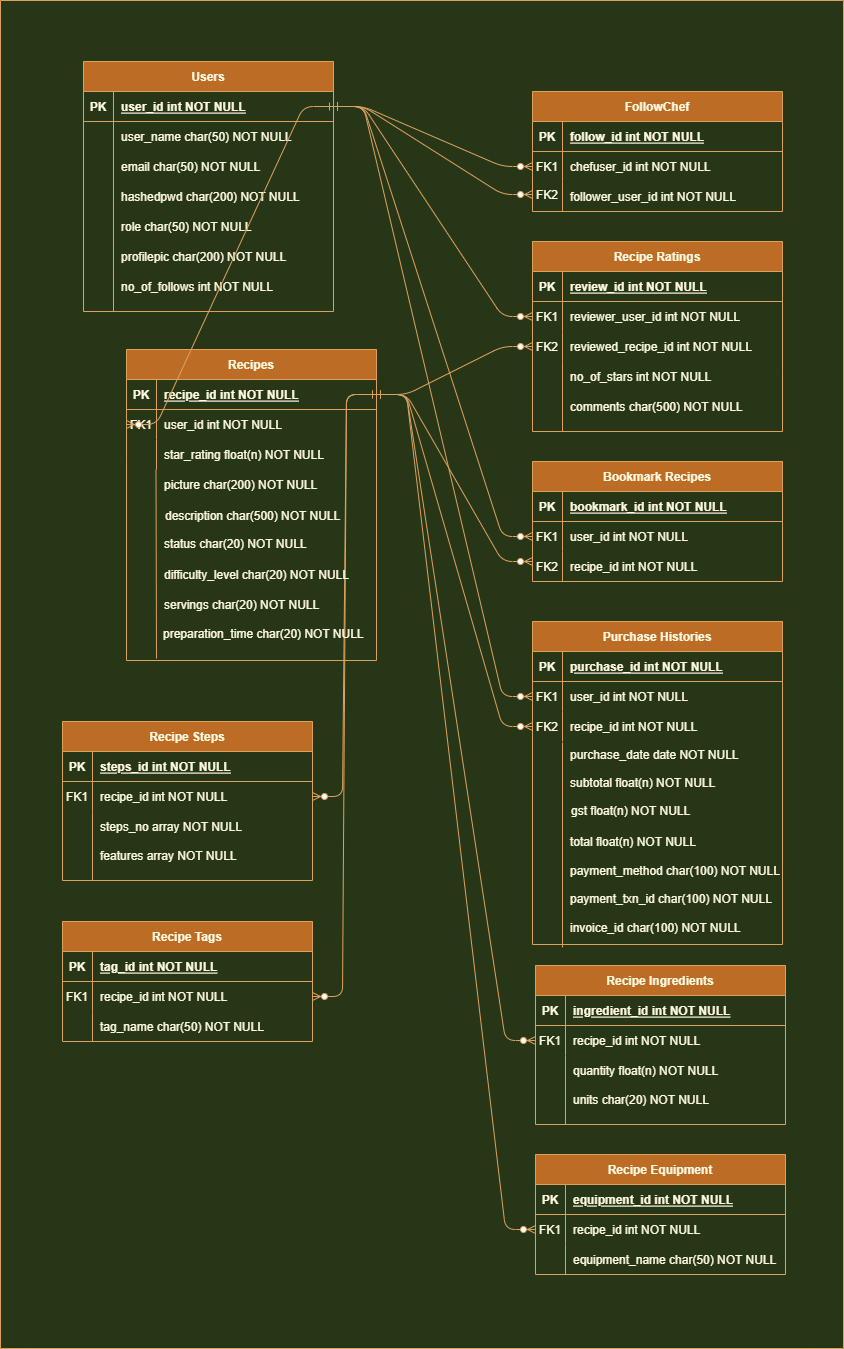
Earlier version of the draw.io export ERD.drawio.png (janiceyap/mod3-project-bakes). Source tidied: cells renumbered, new cells last; positions are measured from the earlier drawing's top-left corner, leaving out a move shared by most shapes.
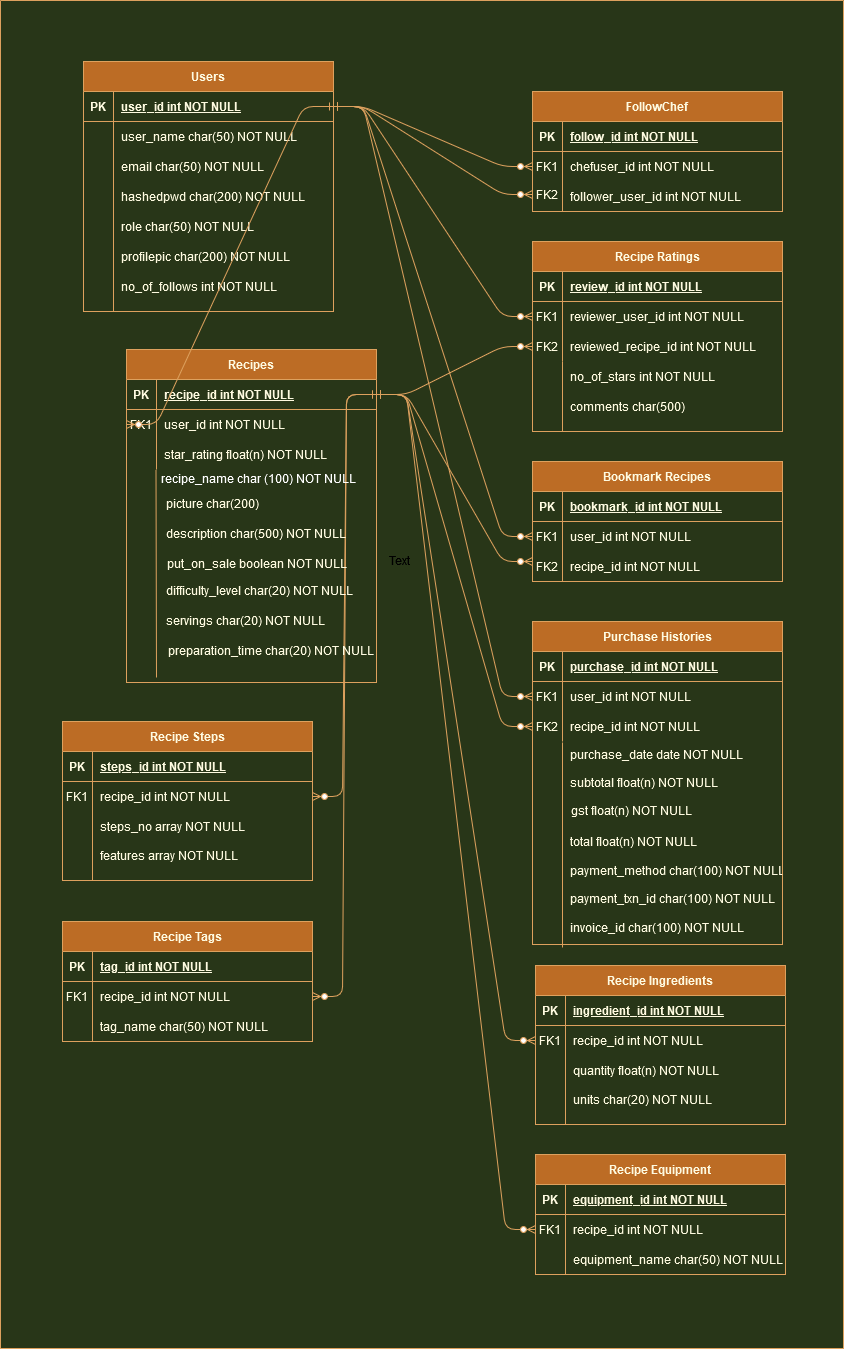
After the commit.

Commit message:
Updated properties for recipes and recipes rating

What changed in the source:
```diff
@@ -91,7 +91,7 @@
         <mxPoint x="562" y="431" as="targetPoint" />
       </mxGeometry>
     </mxCell>
-    <mxCell id="30" value="comments char(500) NOT NULL" style="shape=partialRectangle;overflow=hidden;fillColor=none;top=0;left=0;bottom=0;right=0;align=left;spacingLeft=6;strokeColor=#DDA15E;fontColor=#FEFAE0;" parent="1" vertex="1">
+    <mxCell id="30" value="comments char(500)" style="shape=partialRectangle;overflow=hidden;fillColor=none;top=0;left=0;bottom=0;right=0;align=left;spacingLeft=6;strokeColor=#DDA15E;fontColor=#FEFAE0;" parent="1" vertex="1">
       <mxGeometry x="562" y="391" width="220" height="30" as="geometry" />
     </mxCell>
     <mxCell id="31" value="Bookmark Recipes" style="shape=table;startSize=30;rowLines=0;fontStyle=1;align=center;fillColor=#BC6C25;strokeColor=#DDA15E;fontColor=#FEFAE0;" parent="1" vertex="1">
@@ -381,7 +381,7 @@
       <mxGeometry x="562" y="912" width="220" height="30" as="geometry" />
     </mxCell>
     <mxCell id="122" value="Recipes" style="shape=table;startSize=30;rowLines=0;fontStyle=1;align=center;fillColor=#BC6C25;strokeColor=#DDA15E;fontColor=#FEFAE0;" parent="81" vertex="1">
-      <mxGeometry x="126" y="349" width="250" height="311" as="geometry" />
+      <mxGeometry x="126" y="349" width="250" height="333" as="geometry" />
     </mxCell>
     <mxCell id="123" style="shape=partialRectangle;fillColor=none;points=[[0,0.5],[1,0.5]];portConstraint=eastwest;top=0;left=0;right=0;bottom=1;strokeColor=#DDA15E;fontColor=#FEFAE0;" parent="122" vertex="1">
       <mxGeometry y="30" width="250" height="30" as="geometry" />
@@ -410,12 +410,12 @@
     <mxCell id="131" value="star_rating float(n) NOT NULL" style="shape=partialRectangle;overflow=hidden;fillColor=none;top=0;left=0;bottom=0;right=0;align=left;spacingLeft=6;strokeColor=#DDA15E;fontColor=#FEFAE0;" parent="129" vertex="1">
       <mxGeometry x="30" width="220" height="30" as="geometry" />
     </mxCell>
-    <mxCell id="132" value="picture char(200) NOT NULL" style="shape=partialRectangle;overflow=hidden;fillColor=none;top=0;left=0;bottom=0;right=0;align=left;spacingLeft=6;strokeColor=#DDA15E;fontColor=#FEFAE0;" parent="81" vertex="1">
-      <mxGeometry x="156" y="469" width="220" height="29" as="geometry" />
+    <mxCell id="132" value="picture char(200)" style="shape=partialRectangle;overflow=hidden;fillColor=none;top=0;left=0;bottom=0;right=0;align=left;spacingLeft=6;strokeColor=#DDA15E;fontColor=#FEFAE0;" parent="81" vertex="1">
+      <mxGeometry x="158" y="488" width="220" height="29" as="geometry" />
     </mxCell>
     <mxCell id="133" style="endArrow=none;html=1;rounded=0;labelBackgroundColor=#283618;strokeColor=#DDA15E;fontColor=#FEFAE0;entryX=0.122;entryY=0.997;entryDx=0;entryDy=0;entryPerimeter=0;" parent="81" edge="1">
       <mxGeometry relative="1" as="geometry">
-        <mxPoint x="156" y="658" as="sourcePoint" />
+        <mxPoint x="156" y="677" as="sourcePoint" />
         <mxPoint x="155.5" y="468.9" as="targetPoint" />
       </mxGeometry>
     </mxCell>
@@ -423,26 +423,29 @@
       <mxGeometry relative="1" as="geometry" />
     </mxCell>
     <mxCell id="135" value="description char(500) NOT NULL" style="shape=partialRectangle;overflow=hidden;fillColor=none;top=0;left=0;bottom=0;right=0;align=left;spacingLeft=6;strokeColor=#DDA15E;fontColor=#FEFAE0;" parent="81" vertex="1">
-      <mxGeometry x="157" y="500" width="220" height="29" as="geometry" />
+      <mxGeometry x="158" y="518" width="220" height="29" as="geometry" />
     </mxCell>
     <mxCell id="136" style="edgeStyle=entityRelationEdgeStyle;endArrow=ERzeroToMany;startArrow=ERone;endFill=1;startFill=0;labelBackgroundColor=#283618;strokeColor=#DDA15E;fontColor=#FEFAE0;entryX=0;entryY=0.5;entryDx=0;entryDy=0;exitX=1;exitY=0.5;exitDx=0;exitDy=0;" parent="81" edge="1" source="123" target="111">
       <mxGeometry relative="1" as="geometry" />
     </mxCell>
-    <mxCell id="137" value="status char(20) NOT NULL" style="shape=partialRectangle;overflow=hidden;fillColor=none;top=0;left=0;bottom=0;right=0;align=left;spacingLeft=6;strokeColor=#DDA15E;fontColor=#FEFAE0;" parent="81" vertex="1">
-      <mxGeometry x="156" y="528" width="220" height="29" as="geometry" />
+    <mxCell id="137" value="put_on_sale boolean NOT NULL" style="shape=partialRectangle;overflow=hidden;fillColor=none;top=0;left=0;bottom=0;right=0;align=left;spacingLeft=6;strokeColor=#DDA15E;fontColor=#FEFAE0;" parent="81" vertex="1">
+      <mxGeometry x="159" y="548" width="220" height="29" as="geometry" />
     </mxCell>
     <mxCell id="138" style="edgeStyle=entityRelationEdgeStyle;endArrow=ERzeroToMany;startArrow=ERone;endFill=1;startFill=0;exitX=1;exitY=0.5;exitDx=0;exitDy=0;labelBackgroundColor=#283618;strokeColor=#DDA15E;fontColor=#FEFAE0;entryX=0;entryY=0.5;entryDx=0;entryDy=0;" parent="81" edge="1" source="83" target="126">
       <mxGeometry relative="1" as="geometry" />
     </mxCell>
     <mxCell id="139" value="difficulty_level char(20) NOT NULL" style="shape=partialRectangle;overflow=hidden;fillColor=none;top=0;left=0;bottom=0;right=0;align=left;spacingLeft=6;strokeColor=#DDA15E;fontColor=#FEFAE0;" parent="81" vertex="1">
-      <mxGeometry x="156" y="559" width="220" height="29" as="geometry" />
+      <mxGeometry x="158" y="575" width="220" height="29" as="geometry" />
     </mxCell>
     <mxCell id="140" value="servings char(20) NOT NULL" style="shape=partialRectangle;overflow=hidden;fillColor=none;top=0;left=0;bottom=0;right=0;align=left;spacingLeft=6;strokeColor=#DDA15E;fontColor=#FEFAE0;" parent="81" vertex="1">
-      <mxGeometry x="156" y="589" width="220" height="29" as="geometry" />
+      <mxGeometry x="158" y="605" width="220" height="29" as="geometry" />
     </mxCell>
     <mxCell id="141" value="preparation_time char(20) NOT NULL" style="shape=partialRectangle;overflow=hidden;fillColor=none;top=0;left=0;bottom=0;right=0;align=left;spacingLeft=6;strokeColor=#DDA15E;fontColor=#FEFAE0;" parent="81" vertex="1">
-      <mxGeometry x="155" y="618" width="220" height="29" as="geometry" />
+      <mxGeometry x="160" y="635" width="220" height="29" as="geometry" />
     </mxCell>
+    <mxCell id="145" value="recipe_name char (100) NOT NULL" style="text;html=1;align=center;verticalAlign=middle;whiteSpace=wrap;rounded=0;fontColor=#FFFFFF;" parent="81" vertex="1">
+      <mxGeometry x="158" y="463" width="200" height="30" as="geometry" />
+    </mxCell>
     <mxCell id="142" value="subtotal float(n) NOT NULL" style="shape=partialRectangle;overflow=hidden;fillColor=none;top=0;left=0;bottom=0;right=0;align=left;spacingLeft=6;strokeColor=#DDA15E;fontColor=#FEFAE0;" parent="1" vertex="1">
       <mxGeometry x="562" y="767" width="220" height="30" as="geometry" />
     </mxCell>
@@ -455,5 +458,8 @@
         <mxPoint x="562" y="742" as="targetPoint" />
       </mxGeometry>
     </mxCell>
+    <mxCell id="146" value="Text" style="text;html=1;strokeColor=none;fillColor=none;align=center;verticalAlign=middle;whiteSpace=wrap;rounded=0;" parent="1" vertex="1">
+      <mxGeometry x="369" y="545" width="60" height="30" as="geometry" />
+    </mxCell>
   </root>
 </mxGraphModel>
```
